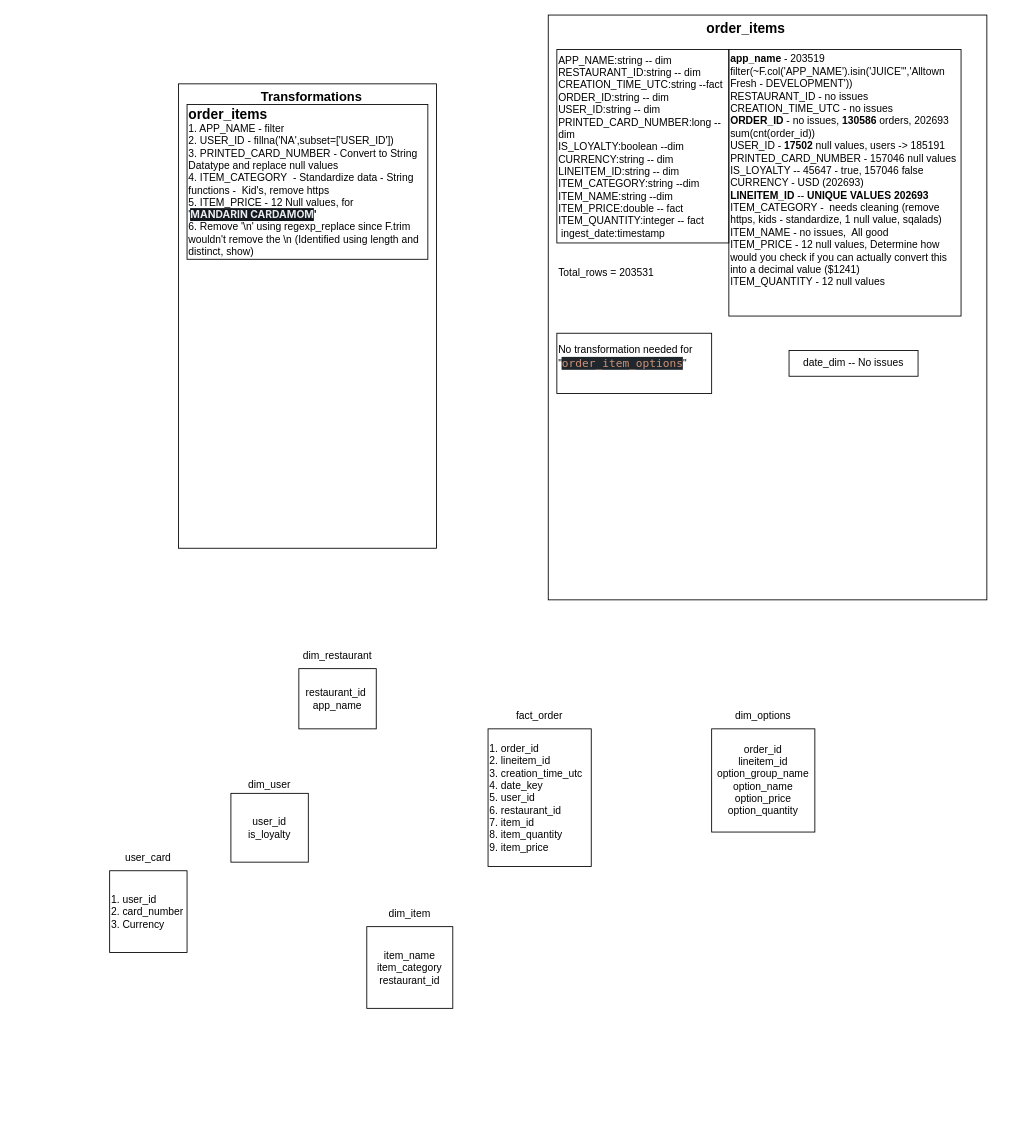
Before: page "Schema" (2 of 2) of Project_Architecture_GlobalPartner.drawio in rtamil77/global_partners_project, a draw.io diagram. Source tidied: cells renumbered, new cells numbered last; positions are measured from the earlier drawing's top-left corner, leaving out a move shared by most shapes. Both pictures are drawn from the tidied source at 86%, with x=0, y=0 at pixel (109, 15).
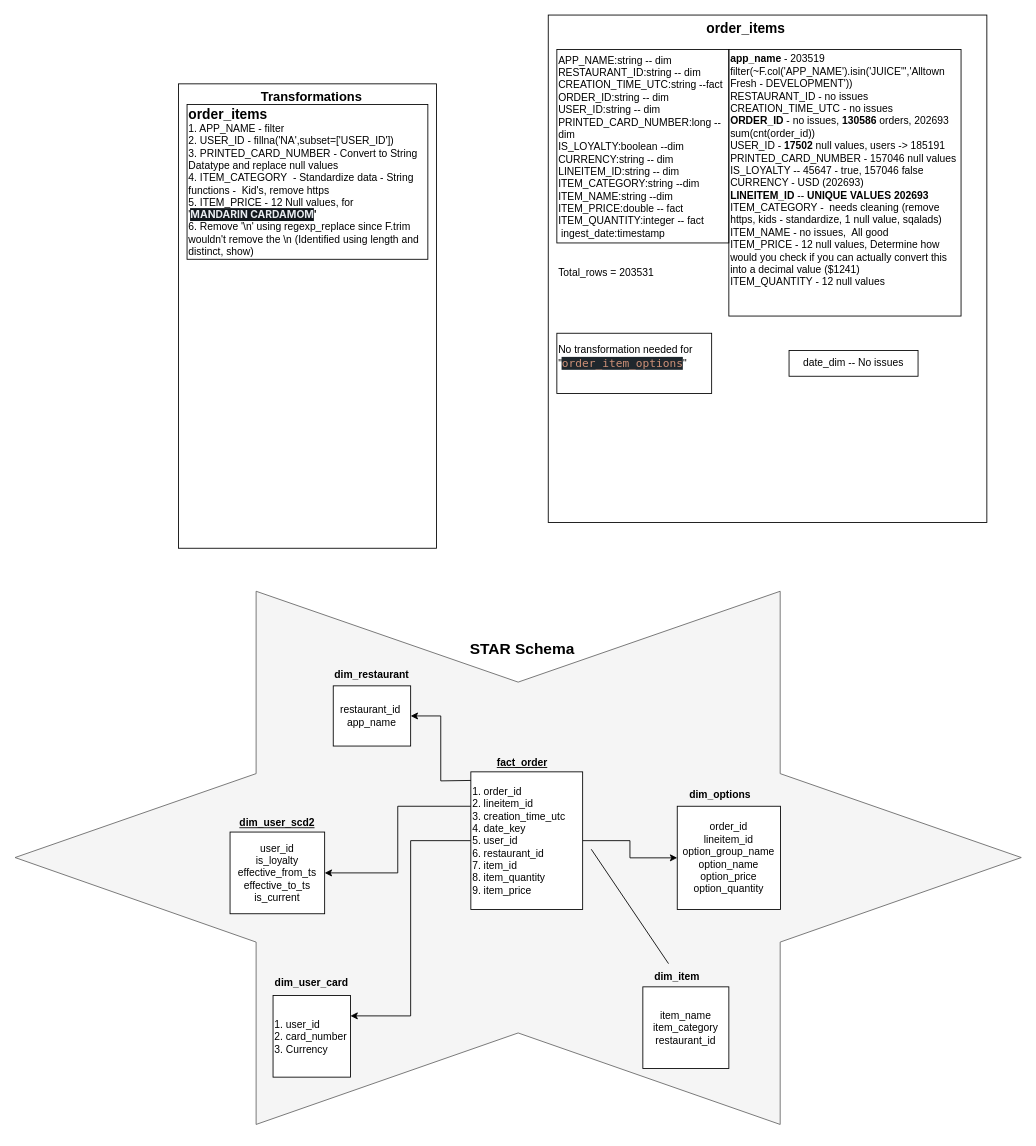
The same page after the edit.

What changed in the source:
```diff
@@
+    <mxCell id="24" value=" " style="verticalLabelPosition=bottom;verticalAlign=top;html=1;shape=mxgraph.basic.6_point_star;fillColor=#f5f5f5;strokeColor=#666666;fontColor=#333333;" parent="1" vertex="1">
+      <mxGeometry x="-110" y="670" width="1170" height="620" as="geometry" />
+    </mxCell>
     <mxCell id="2" style="rounded=0;whiteSpace=wrap;html=1;" parent="1" vertex="1">
-      <mxGeometry x="510" width="510" height="680" as="geometry" />
+      <mxGeometry x="510" width="510" height="590" as="geometry" />
     </mxCell>
@@
-    <mxCell id="12" value="&lt;span style=&quot;color: light-dark(rgb(0, 0, 0), rgb(255, 255, 255)); background-color: transparent;&quot;&gt;user_id&lt;/span&gt;&lt;br&gt;&lt;span style=&quot;color: light-dark(rgb(0, 0, 0), rgb(255, 255, 255)); background-color: transparent;&quot;&gt;is_loyalty&lt;/span&gt;" style="rounded=0;whiteSpace=wrap;html=1;align=center;" parent="1" vertex="1">
-      <mxGeometry x="141" y="905" width="90" height="80" as="geometry" />
+    <mxCell id="12" value="&lt;span style=&quot;color: light-dark(rgb(0, 0, 0), rgb(255, 255, 255)); background-color: transparent;&quot;&gt;user_id&lt;/span&gt;&lt;br&gt;&lt;span style=&quot;color: light-dark(rgb(0, 0, 0), rgb(255, 255, 255)); background-color: transparent;&quot;&gt;is_loyalty&lt;/span&gt;&lt;div&gt;&lt;span style=&quot;color: light-dark(rgb(0, 0, 0), rgb(255, 255, 255)); background-color: transparent;&quot;&gt;effective_from_ts&lt;/span&gt;&lt;/div&gt;&lt;div&gt;&lt;span style=&quot;color: light-dark(rgb(0, 0, 0), rgb(255, 255, 255)); background-color: transparent;&quot;&gt;effective_to_ts&lt;/span&gt;&lt;/div&gt;&lt;div&gt;&lt;span style=&quot;color: light-dark(rgb(0, 0, 0), rgb(255, 255, 255)); background-color: transparent;&quot;&gt;is_current&lt;/span&gt;&lt;/div&gt;" style="rounded=0;whiteSpace=wrap;html=1;align=center;" parent="1" vertex="1">
+      <mxGeometry x="140" y="950" width="110" height="95" as="geometry" />
     </mxCell>
-    <mxCell id="13" value="dim_user" style="text;html=1;whiteSpace=wrap;strokeColor=none;fillColor=none;align=center;verticalAlign=middle;rounded=0;" parent="1" vertex="1">
-      <mxGeometry x="156" y="880" width="60" height="30" as="geometry" />
+    <mxCell id="13" value="&lt;b&gt;&lt;u&gt;dim_user_scd2&lt;/u&gt;&lt;/b&gt;" style="text;html=1;whiteSpace=wrap;strokeColor=none;fillColor=none;align=center;verticalAlign=middle;rounded=0;" parent="1" vertex="1">
+      <mxGeometry x="165" y="925" width="60" height="30" as="geometry" />
     </mxCell>
     <mxCell id="14" value="&lt;br&gt;&lt;div&gt;&lt;span style=&quot;background-color: transparent; color: light-dark(rgb(0, 0, 0), rgb(255, 255, 255));&quot;&gt;restaurant_id&amp;nbsp;&lt;/span&gt;&lt;/div&gt;&lt;div&gt;app_name&lt;/div&gt;&lt;div&gt;&lt;br&gt;&lt;/div&gt;" style="rounded=0;whiteSpace=wrap;html=1;" parent="1" vertex="1">
-      <mxGeometry x="220" y="760" width="90" height="70" as="geometry" />
+      <mxGeometry x="260" y="780" width="90" height="70" as="geometry" />
     </mxCell>
+    <mxCell id="25" style="edgeStyle=orthogonalEdgeStyle;rounded=0;jettySize=auto;html=1;" parent="1" edge="1" source="15" target="22">
+      <mxGeometry relative="1" as="geometry" />
+    </mxCell>
+    <mxCell id="26" style="edgeStyle=orthogonalEdgeStyle;rounded=0;jettySize=auto;html=1;entryX=1;entryY=0.25;entryDx=0;entryDy=0;" parent="1" edge="1" source="15" target="20">
+      <mxGeometry relative="1" as="geometry" />
+    </mxCell>
     <mxCell id="15" value="1. order_id&lt;div&gt;2. lineitem_id&lt;/div&gt;&lt;div&gt;3. creation_time_utc&lt;br&gt;&lt;div&gt;&lt;div&gt;4. date_key&lt;/div&gt;&lt;div&gt;5. user_id&lt;/div&gt;&lt;div&gt;6. restaurant_id&lt;/div&gt;&lt;/div&gt;&lt;/div&gt;&lt;div&gt;7. item_id&lt;/div&gt;&lt;div&gt;8. item_quantity&lt;/div&gt;&lt;div&gt;9. item_price&lt;/div&gt;" style="rounded=0;whiteSpace=wrap;html=1;align=left;" parent="1" vertex="1">
-      <mxGeometry x="440" y="830" width="120" height="160" as="geometry" />
+      <mxGeometry x="420" y="880" width="130" height="160" as="geometry" />
     </mxCell>
-    <mxCell id="16" value="fact_order" style="text;html=1;whiteSpace=wrap;strokeColor=none;fillColor=none;align=center;verticalAlign=middle;rounded=0;" parent="1" vertex="1">
-      <mxGeometry x="470" y="800" width="60" height="30" as="geometry" />
+    <mxCell id="16" value="&lt;b&gt;&lt;u&gt;fact_order&lt;/u&gt;&lt;/b&gt;" style="text;html=1;whiteSpace=wrap;strokeColor=none;fillColor=none;align=center;verticalAlign=middle;rounded=0;" parent="1" vertex="1">
+      <mxGeometry x="450" y="855" width="60" height="30" as="geometry" />
     </mxCell>
-    <mxCell id="17" value="dim_restaurant" style="text;html=1;whiteSpace=wrap;strokeColor=none;fillColor=none;align=center;verticalAlign=middle;rounded=0;" parent="1" vertex="1">
-      <mxGeometry x="235" y="730" width="60" height="30" as="geometry" />
+    <mxCell id="17" value="&lt;b&gt;dim_restaurant&lt;/b&gt;" style="text;html=1;whiteSpace=wrap;strokeColor=none;fillColor=none;align=center;verticalAlign=middle;rounded=0;" parent="1" vertex="1">
+      <mxGeometry x="275" y="752" width="60" height="30" as="geometry" />
     </mxCell>
     <mxCell id="18" value="&lt;div&gt;&lt;span style=&quot;background-color: transparent; color: light-dark(rgb(0, 0, 0), rgb(255, 255, 255));&quot;&gt;item_name&lt;/span&gt;&lt;/div&gt;&lt;div&gt;item_category&lt;/div&gt;&lt;div&gt;restaurant_id&lt;/div&gt;" style="rounded=0;whiteSpace=wrap;html=1;" parent="1" vertex="1">
-      <mxGeometry x="299" y="1060" width="100" height="95" as="geometry" />
+      <mxGeometry x="620" y="1130" width="100" height="95" as="geometry" />
     </mxCell>
-    <mxCell id="19" value="dim_item" style="text;html=1;whiteSpace=wrap;strokeColor=none;fillColor=none;align=center;verticalAlign=middle;rounded=0;" parent="1" vertex="1">
-      <mxGeometry x="309" y="1030" width="80" height="30" as="geometry" />
+    <mxCell id="19" value="&lt;b&gt;dim_item&lt;/b&gt;" style="text;html=1;whiteSpace=wrap;strokeColor=none;fillColor=none;align=center;verticalAlign=middle;rounded=0;" parent="1" vertex="1">
+      <mxGeometry x="620" y="1103" width="80" height="30" as="geometry" />
     </mxCell>
     <mxCell id="20" value="1. user_id&lt;div&gt;2. card_number&lt;/div&gt;&lt;div&gt;3. Currency&lt;/div&gt;" style="rounded=0;whiteSpace=wrap;html=1;align=left;" parent="1" vertex="1">
-      <mxGeometry y="995" width="90" height="95" as="geometry" />
+      <mxGeometry x="190" y="1140" width="90" height="95" as="geometry" />
     </mxCell>
-    <mxCell id="21" value="user_card" style="text;html=1;whiteSpace=wrap;strokeColor=none;fillColor=none;align=center;verticalAlign=middle;rounded=0;" parent="1" vertex="1">
-      <mxGeometry x="15" y="965" width="60" height="30" as="geometry" />
+    <mxCell id="21" value="&lt;b&gt;dim_user_card&lt;/b&gt;" style="text;html=1;whiteSpace=wrap;strokeColor=none;fillColor=none;align=center;verticalAlign=middle;rounded=0;" parent="1" vertex="1">
+      <mxGeometry x="205" y="1110" width="60" height="30" as="geometry" />
     </mxCell>
     <mxCell id="22" value="&lt;span style=&quot;text-align: left;&quot;&gt;order_id&lt;/span&gt;&lt;div&gt;&lt;span style=&quot;text-align: left;&quot;&gt;lineitem_id&lt;/span&gt;&lt;span style=&quot;text-align: left;&quot;&gt;&lt;/span&gt;&lt;/div&gt;&lt;div&gt;&lt;span style=&quot;text-align: left;&quot;&gt;option_group_name&lt;/span&gt;&lt;/div&gt;&lt;div&gt;&lt;span style=&quot;text-align: left;&quot;&gt;option_name&lt;/span&gt;&lt;/div&gt;&lt;div&gt;&lt;span style=&quot;text-align: left;&quot;&gt;option_price&lt;/span&gt;&lt;/div&gt;&lt;div&gt;&lt;span style=&quot;text-align: left;&quot;&gt;option_quantity&lt;/span&gt;&lt;/div&gt;" style="rounded=0;whiteSpace=wrap;html=1;" parent="1" vertex="1">
-      <mxGeometry x="700" y="830" width="120" height="120" as="geometry" />
+      <mxGeometry x="660" y="920" width="120" height="120" as="geometry" />
     </mxCell>
-    <mxCell id="23" value="dim_options" style="text;html=1;whiteSpace=wrap;strokeColor=none;fillColor=none;align=center;verticalAlign=middle;rounded=0;" parent="1" vertex="1">
-      <mxGeometry x="730" y="800" width="60" height="30" as="geometry" />
+    <mxCell id="23" value="&lt;b&gt;dim_options&lt;/b&gt;" style="text;html=1;whiteSpace=wrap;strokeColor=none;fillColor=none;align=center;verticalAlign=middle;rounded=0;" parent="1" vertex="1">
+      <mxGeometry x="680" y="892" width="60" height="30" as="geometry" />
     </mxCell>
+    <mxCell id="27" style="endArrow=none;html=1;rounded=0;" parent="1" edge="1" target="19">
+      <mxGeometry relative="1" as="geometry">
+        <mxPoint x="560" y="970" as="sourcePoint" />
+      </mxGeometry>
+    </mxCell>
+    <mxCell id="28" style="edgeStyle=orthogonalEdgeStyle;rounded=0;jettySize=auto;html=1;exitX=0;exitY=0.25;exitDx=0;exitDy=0;" parent="1" edge="1" source="15" target="12">
+      <mxGeometry relative="1" as="geometry" />
+    </mxCell>
+    <mxCell id="29" style="edgeStyle=orthogonalEdgeStyle;rounded=0;jettySize=auto;html=1;entryX=1;entryY=0.5;entryDx=0;entryDy=0;" parent="1" edge="1" target="14">
+      <mxGeometry relative="1" as="geometry">
+        <mxPoint x="420" y="890" as="sourcePoint" />
+      </mxGeometry>
+    </mxCell>
+    <mxCell id="30" value="&lt;b&gt;&lt;font style=&quot;font-size: 18px;&quot;&gt;STAR Schema&lt;/font&gt;&lt;/b&gt;" style="text;html=1;whiteSpace=wrap;strokeColor=none;fillColor=none;align=center;verticalAlign=middle;rounded=0;" parent="1" vertex="1">
+      <mxGeometry x="365" y="722" width="230" height="30" as="geometry" />
+    </mxCell>
```
